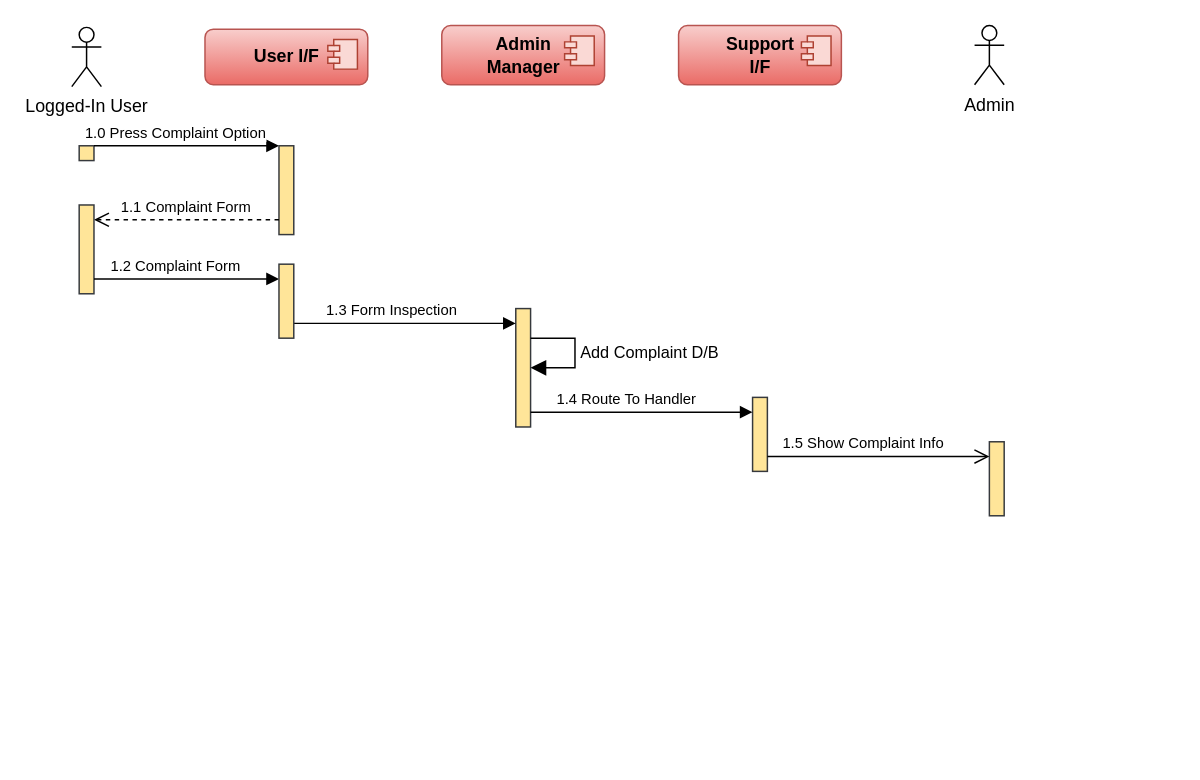
The draw.io diagram page "SAD SUC-2" (3 of 3) of SAD Sequence Diagrams.drawio in Itaybarbar/myProject, before the edit. Source tidied: cells renumbered, new cells numbered last; positions are measured from the earlier drawing's top-left corner, leaving out a move shared by most shapes. Both pictures are drawn from the tidied source at 148%, with x=0, y=0 at pixel (71, 25).
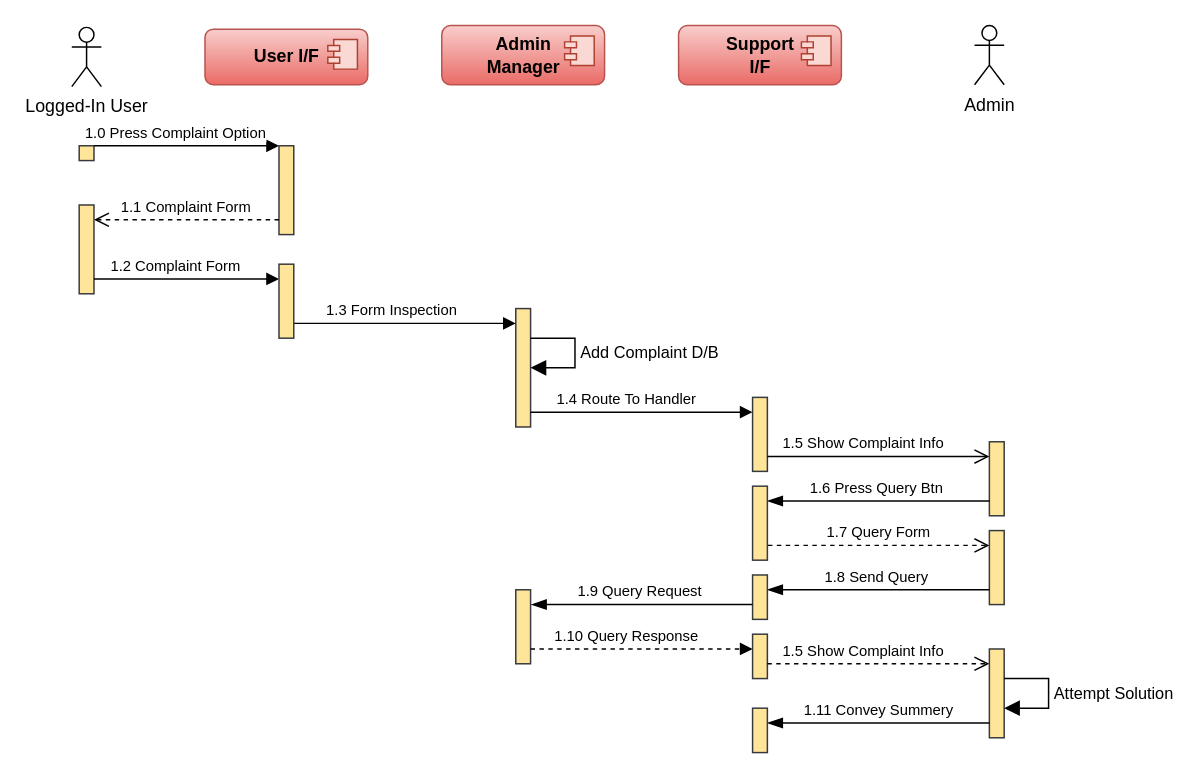
The same diagram, later.

What changed in the source:
```diff
@@
+    <mxCell id="24" value="&lt;font style=&quot;font-size: 10px&quot;&gt;1.6 Press Query Btn&amp;nbsp;&lt;/font&gt;" style="html=1;verticalAlign=bottom;endArrow=blockThin;endSize=8;exitX=0;exitY=0.95;rounded=0;endFill=1;" parent="1" edge="1">
+      <mxGeometry relative="1" as="geometry">
+        <mxPoint x="620" y="321" as="sourcePoint" />
+        <mxPoint x="470" y="321" as="targetPoint" />
+      </mxGeometry>
+    </mxCell>
+    <mxCell id="25" style="html=1;points=[];perimeter=orthogonalPerimeter;fillColor=#FFE599;strokeColor=#36393d;" parent="1" vertex="1">
+      <mxGeometry x="460" y="311" width="10" height="50" as="geometry" />
+    </mxCell>
+    <mxCell id="26" style="html=1;points=[];perimeter=orthogonalPerimeter;fillColor=#FFE599;strokeColor=#36393d;" parent="1" vertex="1">
+      <mxGeometry x="300" y="381" width="10" height="50" as="geometry" />
+    </mxCell>
+    <mxCell id="27" value="&lt;font style=&quot;font-size: 10px&quot;&gt;1.7 Query Form&lt;/font&gt;" style="html=1;verticalAlign=bottom;endArrow=open;dashed=1;endSize=8;exitX=1.04;exitY=0.8;rounded=0;exitDx=0;exitDy=0;exitPerimeter=0;" parent="1" edge="1" source="25">
+      <mxGeometry relative="1" as="geometry">
+        <mxPoint x="620" y="351" as="targetPoint" />
+      </mxGeometry>
+    </mxCell>
+    <mxCell id="28" style="html=1;perimeter=orthogonalPerimeter;fillColor=#FFE599;strokeColor=#36393d;" parent="1" vertex="1">
+      <mxGeometry x="620" y="341" width="10" height="50" as="geometry" />
+    </mxCell>
+    <mxCell id="29" value="&lt;font style=&quot;font-size: 10px&quot;&gt;1.8 Send Query&amp;nbsp;&lt;/font&gt;" style="html=1;verticalAlign=bottom;endArrow=blockThin;endSize=8;exitX=0;exitY=0.95;rounded=0;endFill=1;" parent="1" edge="1">
+      <mxGeometry relative="1" as="geometry">
+        <mxPoint x="620" y="381" as="sourcePoint" />
+        <mxPoint x="470" y="381" as="targetPoint" />
+      </mxGeometry>
+    </mxCell>
+    <mxCell id="30" style="html=1;perimeter=orthogonalPerimeter;fillColor=#FFE599;strokeColor=#36393d;" parent="1" vertex="1">
+      <mxGeometry x="460" y="371" width="10" height="30" as="geometry" />
+    </mxCell>
+    <mxCell id="31" value="&lt;font style=&quot;font-size: 10px&quot;&gt;1.9 Query Request&amp;nbsp;&lt;/font&gt;" style="html=1;verticalAlign=bottom;endArrow=blockThin;endSize=8;exitX=0;exitY=0.95;rounded=0;endFill=1;entryX=1.04;entryY=0.2;entryDx=0;entryDy=0;entryPerimeter=0;" parent="1" edge="1" target="26">
+      <mxGeometry relative="1" as="geometry">
+        <mxPoint x="460" y="391" as="sourcePoint" />
+      </mxGeometry>
+    </mxCell>
+    <mxCell id="32" value="&lt;font style=&quot;font-size: 10px&quot;&gt;1.10 Query Response&amp;nbsp;&lt;/font&gt;" style="html=1;verticalAlign=bottom;endArrow=block;rounded=0;dashed=1;" parent="1" edge="1">
+      <mxGeometry x="-0.12" relative="1" as="geometry">
+        <mxPoint x="310" y="421" as="sourcePoint" />
+        <mxPoint x="460" y="421" as="targetPoint" />
+      </mxGeometry>
+    </mxCell>
+    <mxCell id="33" style="html=1;perimeter=orthogonalPerimeter;fillColor=#FFE599;strokeColor=#36393d;" parent="1" vertex="1">
+      <mxGeometry x="460" y="411" width="10" height="30" as="geometry" />
+    </mxCell>
+    <mxCell id="34" value="&lt;font style=&quot;font-size: 10px&quot;&gt;1.5 Show Complaint Info&amp;nbsp;&lt;/font&gt;" style="html=1;verticalAlign=bottom;endArrow=open;rounded=0;endFill=0;endSize=8;dashed=1;" parent="1" edge="1">
+      <mxGeometry x="-0.12" relative="1" as="geometry">
+        <mxPoint x="470" y="431" as="sourcePoint" />
+        <mxPoint x="620" y="431" as="targetPoint" />
+      </mxGeometry>
+    </mxCell>
+    <mxCell id="35" style="html=1;perimeter=orthogonalPerimeter;fillColor=#FFE599;strokeColor=#36393d;" parent="1" vertex="1">
+      <mxGeometry x="620" y="421" width="10" height="60" as="geometry" />
+    </mxCell>
+    <mxCell id="36" value="Attempt Solution" style="edgeStyle=orthogonalEdgeStyle;html=1;align=left;spacingLeft=2;endArrow=block;rounded=0;endSize=8;" parent="1" edge="1">
+      <mxGeometry relative="1" as="geometry">
+        <mxPoint x="630" y="441" as="sourcePoint" />
+        <mxPoint x="630" y="461" as="targetPoint" />
+        <Array as="points">
+          <mxPoint x="660" y="441" />
+          <mxPoint x="660" y="461" />
+        </Array>
+      </mxGeometry>
+    </mxCell>
+    <mxCell id="37" value="&lt;font style=&quot;font-size: 10px&quot;&gt;1.11 Convey Summery&lt;/font&gt;" style="html=1;verticalAlign=bottom;endArrow=blockThin;endSize=8;exitX=0;exitY=0.95;rounded=0;endFill=1;" parent="1" edge="1">
+      <mxGeometry relative="1" as="geometry">
+        <mxPoint x="620" y="471" as="sourcePoint" />
+        <mxPoint x="470" y="471" as="targetPoint" />
+      </mxGeometry>
+    </mxCell>
+    <mxCell id="38" style="html=1;perimeter=orthogonalPerimeter;fillColor=#FFE599;strokeColor=#36393d;" parent="1" vertex="1">
+      <mxGeometry x="460" y="461" width="10" height="30" as="geometry" />
+    </mxCell>
```
